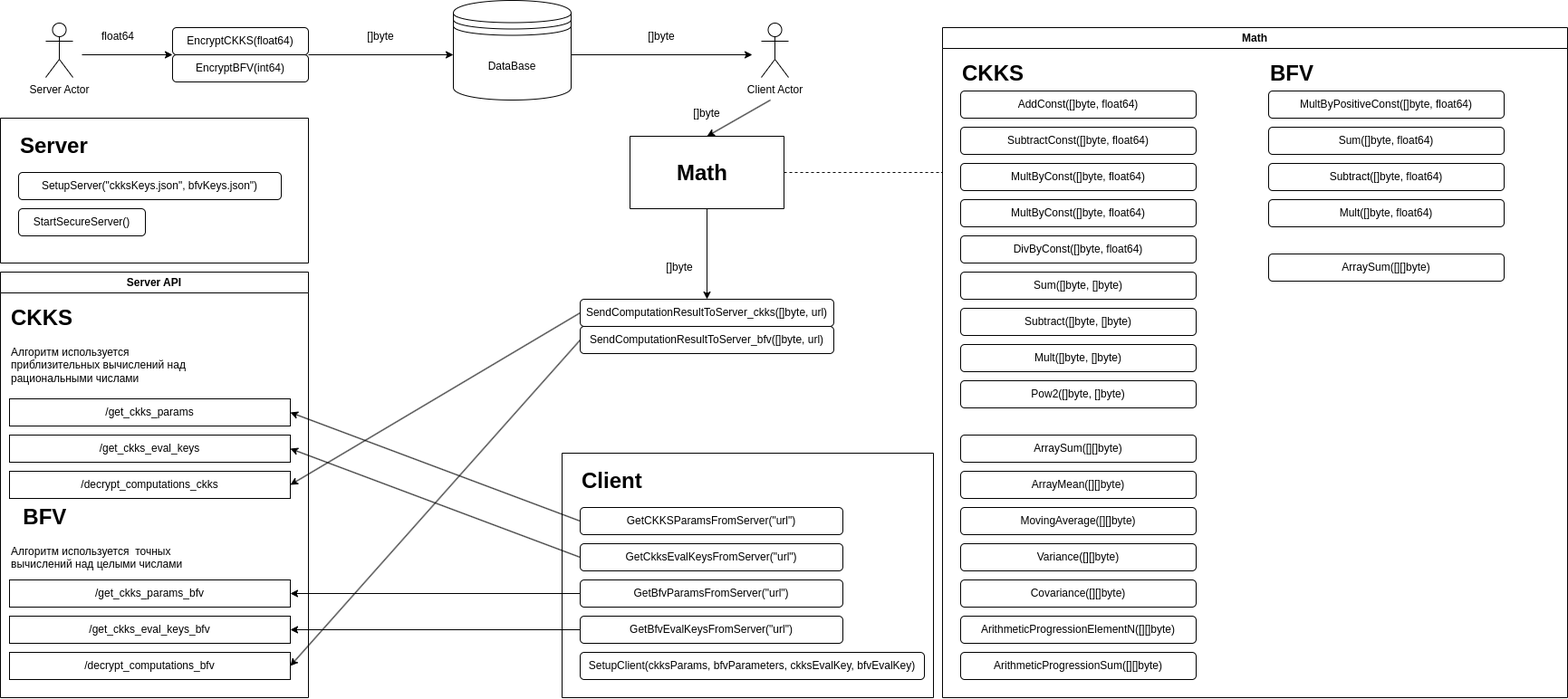
This is scheme.png from SamBridgess/homomorphicEncryption, a draw.io export, as it was before one commit. Source tidied: cells renumbered, new cells last; positions are measured from the earlier drawing's top-left corner, leaving out a move shared by most shapes. Source of this version:
```xml
<mxGraphModel>
  <root>
    <mxCell id="0" />
    <mxCell id="1" parent="0" />
    <mxCell id="2" value="Server Actor" style="shape=umlActor;verticalLabelPosition=bottom;verticalAlign=top;html=1;" parent="1" vertex="1">
      <mxGeometry x="50" y="25" width="30" height="60" as="geometry" />
    </mxCell>
    <mxCell id="3" value="Client Actor" style="shape=umlActor;verticalLabelPosition=bottom;verticalAlign=top;html=1;" parent="1" vertex="1">
      <mxGeometry x="840" y="25" width="30" height="60" as="geometry" />
    </mxCell>
    <mxCell id="4" value="DataBase" style="shape=datastore;whiteSpace=wrap;html=1;" parent="1" vertex="1">
      <mxGeometry x="500" width="130" height="110" as="geometry" />
    </mxCell>
    <mxCell id="5" value="EncryptCKKS(float64)" style="rounded=1;whiteSpace=wrap;html=1;" parent="1" vertex="1">
      <mxGeometry x="190" y="30" width="150" height="30" as="geometry" />
    </mxCell>
    <mxCell id="6" value="float64" style="text;html=1;align=center;verticalAlign=middle;whiteSpace=wrap;rounded=0;" parent="1" vertex="1">
      <mxGeometry x="100" y="25" width="60" height="30" as="geometry" />
    </mxCell>
    <mxCell id="7" style="endArrow=classic;html=1;rounded=0;exitX=1;exitY=0.5;exitDx=0;exitDy=0;" parent="1" edge="1">
      <mxGeometry relative="1" as="geometry">
        <mxPoint x="340" y="60" as="sourcePoint" />
        <mxPoint x="500" y="60" as="targetPoint" />
      </mxGeometry>
    </mxCell>
    <mxCell id="8" value="[]byte" style="text;html=1;align=center;verticalAlign=middle;whiteSpace=wrap;rounded=0;" parent="1" vertex="1">
      <mxGeometry x="390" y="25" width="60" height="30" as="geometry" />
    </mxCell>
    <mxCell id="9" value="Server API" style="swimlane;whiteSpace=wrap;html=1;startSize=23;" parent="1" vertex="1">
      <mxGeometry y="300" width="340" height="470" as="geometry" />
    </mxCell>
    <mxCell id="10" value="/get_ckks_params" style="rounded=0;whiteSpace=wrap;html=1;" parent="9" vertex="1">
      <mxGeometry x="10" y="140" width="310" height="30" as="geometry" />
    </mxCell>
    <mxCell id="11" value="/get_ckks_eval_keys" style="rounded=0;whiteSpace=wrap;html=1;" parent="9" vertex="1">
      <mxGeometry x="10" y="180" width="310" height="30" as="geometry" />
    </mxCell>
    <mxCell id="12" value="/decrypt_computations_ckks" style="rounded=0;whiteSpace=wrap;html=1;" parent="9" vertex="1">
      <mxGeometry x="10" y="220" width="310" height="30" as="geometry" />
    </mxCell>
    <mxCell id="13" value="/get_ckks_eval_keys_bfv" style="rounded=0;whiteSpace=wrap;html=1;" parent="9" vertex="1">
      <mxGeometry x="10" y="380" width="310" height="30" as="geometry" />
    </mxCell>
    <mxCell id="14" value="&lt;h1 style=&quot;margin-top: 0px;&quot;&gt;CKKS&lt;/h1&gt;&lt;p&gt;Алгоритм используется приблизительных вычислений над рациональными числами&lt;/p&gt;" style="text;html=1;whiteSpace=wrap;overflow=hidden;rounded=0;" parent="9" vertex="1">
      <mxGeometry x="10" y="30" width="210" height="100" as="geometry" />
    </mxCell>
    <mxCell id="15" value="&lt;h1 style=&quot;margin-top: 0px;&quot;&gt;&amp;nbsp; BFV&lt;/h1&gt;&lt;p&gt;Алгоритм используется&amp;nbsp; точных вычислений над целыми числами&lt;/p&gt;" style="text;html=1;whiteSpace=wrap;overflow=hidden;rounded=0;" parent="9" vertex="1">
      <mxGeometry x="10" y="250" width="210" height="100" as="geometry" />
    </mxCell>
    <mxCell id="16" value="/decrypt_computations_bfv" style="rounded=0;whiteSpace=wrap;html=1;" parent="9" vertex="1">
      <mxGeometry x="10" y="420" width="310" height="30" as="geometry" />
    </mxCell>
    <mxCell id="17" value="/get_ckks_params_bfv" style="rounded=0;whiteSpace=wrap;html=1;" parent="9" vertex="1">
      <mxGeometry x="10" y="340" width="310" height="30" as="geometry" />
    </mxCell>
    <mxCell id="18" value="EncryptBFV(int64)" style="rounded=1;whiteSpace=wrap;html=1;" parent="1" vertex="1">
      <mxGeometry x="190" y="60" width="150" height="30" as="geometry" />
    </mxCell>
    <mxCell id="19" value="Math" style="swimlane;whiteSpace=wrap;html=1;" parent="1" vertex="1">
      <mxGeometry x="1040" y="30" width="690" height="740" as="geometry" />
    </mxCell>
    <mxCell id="20" value="&lt;h1 style=&quot;margin-top: 0px;&quot;&gt;CKKS&lt;/h1&gt;" style="text;html=1;whiteSpace=wrap;overflow=hidden;rounded=0;" parent="19" vertex="1">
      <mxGeometry x="20" y="30" width="210" height="40" as="geometry" />
    </mxCell>
    <mxCell id="21" value="AddConst([]byte, float64)" style="rounded=1;whiteSpace=wrap;html=1;" parent="19" vertex="1">
      <mxGeometry x="20" y="70" width="260" height="30" as="geometry" />
    </mxCell>
    <mxCell id="22" value="SubtractConst([]byte, float64)" style="rounded=1;whiteSpace=wrap;html=1;" parent="19" vertex="1">
      <mxGeometry x="20" y="110" width="260" height="30" as="geometry" />
    </mxCell>
    <mxCell id="23" value="MultByConst([]byte, float64)" style="rounded=1;whiteSpace=wrap;html=1;" parent="19" vertex="1">
      <mxGeometry x="20" y="150" width="260" height="30" as="geometry" />
    </mxCell>
    <mxCell id="24" value="MultByConst([]byte, float64)" style="rounded=1;whiteSpace=wrap;html=1;" parent="19" vertex="1">
      <mxGeometry x="20" y="190" width="260" height="30" as="geometry" />
    </mxCell>
    <mxCell id="25" value="Sum([]byte, []byte)" style="rounded=1;whiteSpace=wrap;html=1;" parent="19" vertex="1">
      <mxGeometry x="20" y="270" width="260" height="30" as="geometry" />
    </mxCell>
    <mxCell id="26" value="Subtract([]byte, []byte)" style="rounded=1;whiteSpace=wrap;html=1;" parent="19" vertex="1">
      <mxGeometry x="20" y="310" width="260" height="30" as="geometry" />
    </mxCell>
    <mxCell id="27" value="Mult([]byte, []byte)" style="rounded=1;whiteSpace=wrap;html=1;" parent="19" vertex="1">
      <mxGeometry x="20" y="350" width="260" height="30" as="geometry" />
    </mxCell>
    <mxCell id="28" value="DivByConst([]byte, float64)" style="rounded=1;whiteSpace=wrap;html=1;" parent="19" vertex="1">
      <mxGeometry x="20" y="230" width="260" height="30" as="geometry" />
    </mxCell>
    <mxCell id="29" value="Pow2([]byte, []byte)" style="rounded=1;whiteSpace=wrap;html=1;" parent="19" vertex="1">
      <mxGeometry x="20" y="390" width="260" height="30" as="geometry" />
    </mxCell>
    <mxCell id="30" value="ArraySum([][]byte)" style="rounded=1;whiteSpace=wrap;html=1;" parent="19" vertex="1">
      <mxGeometry x="20" y="450" width="260" height="30" as="geometry" />
    </mxCell>
    <mxCell id="31" value="ArrayMean([][]byte)" style="rounded=1;whiteSpace=wrap;html=1;" parent="19" vertex="1">
      <mxGeometry x="20" y="490" width="260" height="30" as="geometry" />
    </mxCell>
    <mxCell id="32" value="MovingAverage([][]byte)" style="rounded=1;whiteSpace=wrap;html=1;" parent="19" vertex="1">
      <mxGeometry x="20" y="530" width="260" height="30" as="geometry" />
    </mxCell>
    <mxCell id="33" value="Variance([][]byte)" style="rounded=1;whiteSpace=wrap;html=1;" parent="19" vertex="1">
      <mxGeometry x="20" y="570" width="260" height="30" as="geometry" />
    </mxCell>
    <mxCell id="34" value="ArithmeticProgressionElementN([][]byte)" style="rounded=1;whiteSpace=wrap;html=1;" parent="19" vertex="1">
      <mxGeometry x="20" y="650" width="260" height="30" as="geometry" />
    </mxCell>
    <mxCell id="35" value="ArithmeticProgressionSum([][]byte)" style="rounded=1;whiteSpace=wrap;html=1;" parent="19" vertex="1">
      <mxGeometry x="20" y="690" width="260" height="30" as="geometry" />
    </mxCell>
    <mxCell id="36" value="Covariance([][]byte)" style="rounded=1;whiteSpace=wrap;html=1;" parent="19" vertex="1">
      <mxGeometry x="20" y="610" width="260" height="30" as="geometry" />
    </mxCell>
    <mxCell id="37" value="&lt;h1 style=&quot;margin-top: 0px;&quot;&gt;BFV&lt;/h1&gt;" style="text;html=1;whiteSpace=wrap;overflow=hidden;rounded=0;" parent="19" vertex="1">
      <mxGeometry x="360" y="30" width="210" height="40" as="geometry" />
    </mxCell>
    <mxCell id="38" value="Sum([]byte, float64)" style="rounded=1;whiteSpace=wrap;html=1;" parent="19" vertex="1">
      <mxGeometry x="360" y="110" width="260" height="30" as="geometry" />
    </mxCell>
    <mxCell id="39" value="Subtract([]byte, float64)" style="rounded=1;whiteSpace=wrap;html=1;" parent="19" vertex="1">
      <mxGeometry x="360" y="150" width="260" height="30" as="geometry" />
    </mxCell>
    <mxCell id="40" value="Mult([]byte, float64)" style="rounded=1;whiteSpace=wrap;html=1;" parent="19" vertex="1">
      <mxGeometry x="360" y="190" width="260" height="30" as="geometry" />
    </mxCell>
    <mxCell id="41" value="MultByPositiveConst([]byte, float64)" style="rounded=1;whiteSpace=wrap;html=1;" parent="19" vertex="1">
      <mxGeometry x="360" y="70" width="260" height="30" as="geometry" />
    </mxCell>
    <mxCell id="42" value="ArraySum([][]byte)" style="rounded=1;whiteSpace=wrap;html=1;" parent="19" vertex="1">
      <mxGeometry x="360" y="250" width="260" height="30" as="geometry" />
    </mxCell>
    <mxCell id="43" style="endArrow=classic;html=1;rounded=0;" parent="1" edge="1">
      <mxGeometry relative="1" as="geometry">
        <mxPoint x="630" y="60" as="sourcePoint" />
        <mxPoint x="830" y="60" as="targetPoint" />
      </mxGeometry>
    </mxCell>
    <mxCell id="44" value="[]byte" style="text;html=1;align=center;verticalAlign=middle;whiteSpace=wrap;rounded=0;" parent="1" vertex="1">
      <mxGeometry x="700" y="25" width="60" height="30" as="geometry" />
    </mxCell>
    <mxCell id="45" style="swimlane;startSize=0;" parent="1" vertex="1">
      <mxGeometry y="130" width="340" height="160" as="geometry" />
    </mxCell>
    <mxCell id="46" value="SetupServer(&quot;ckksKeys.json&quot;, bfvKeys.json&quot;)" style="rounded=1;whiteSpace=wrap;html=1;" parent="45" vertex="1">
      <mxGeometry x="20" y="60" width="290" height="30" as="geometry" />
    </mxCell>
    <mxCell id="47" value="&lt;h1 style=&quot;margin-top: 0px;&quot;&gt;&lt;span style=&quot;background-color: transparent; color: light-dark(rgb(0, 0, 0), rgb(255, 255, 255));&quot;&gt;Server&lt;br&gt;&lt;/span&gt;&lt;br&gt;&lt;/h1&gt;" style="text;html=1;whiteSpace=wrap;overflow=hidden;rounded=0;" parent="45" vertex="1">
      <mxGeometry x="20" y="10" width="90" height="40" as="geometry" />
    </mxCell>
    <mxCell id="48" value="StartSecureServer()" style="rounded=1;whiteSpace=wrap;html=1;" parent="45" vertex="1">
      <mxGeometry x="20" y="100" width="140" height="30" as="geometry" />
    </mxCell>
    <mxCell id="49" style="swimlane;startSize=0;" parent="1" vertex="1">
      <mxGeometry x="620" y="500" width="410" height="270" as="geometry" />
    </mxCell>
    <mxCell id="50" value="GetCKKSParamsFromServer(&quot;url&quot;)" style="rounded=1;whiteSpace=wrap;html=1;" parent="49" vertex="1">
      <mxGeometry x="20" y="60" width="290" height="30" as="geometry" />
    </mxCell>
    <mxCell id="51" value="&lt;h1 style=&quot;margin-top: 0px;&quot;&gt;&lt;span style=&quot;background-color: transparent; color: light-dark(rgb(0, 0, 0), rgb(255, 255, 255));&quot;&gt;Client&lt;br&gt;&lt;/span&gt;&lt;br&gt;&lt;/h1&gt;" style="text;html=1;whiteSpace=wrap;overflow=hidden;rounded=0;" parent="49" vertex="1">
      <mxGeometry x="20" y="10" width="90" height="40" as="geometry" />
    </mxCell>
    <mxCell id="52" value="GetCkksEvalKeysFromServer(&quot;url&quot;)" style="rounded=1;whiteSpace=wrap;html=1;" parent="49" vertex="1">
      <mxGeometry x="20" y="100" width="290" height="30" as="geometry" />
    </mxCell>
    <mxCell id="53" value="GetBfvEvalKeysFromServer(&quot;url&quot;)" style="rounded=1;whiteSpace=wrap;html=1;" parent="49" vertex="1">
      <mxGeometry x="20" y="180" width="290" height="30" as="geometry" />
    </mxCell>
    <mxCell id="54" value="SetupClient(ckksParams, bfvParameters, ckksEvalKey, bfvEvalKey)" style="rounded=1;whiteSpace=wrap;html=1;" parent="49" vertex="1">
      <mxGeometry x="20" y="220" width="380" height="30" as="geometry" />
    </mxCell>
    <mxCell id="55" value="GetBfvParamsFromServer(&quot;url&quot;)" style="rounded=1;whiteSpace=wrap;html=1;" parent="49" vertex="1">
      <mxGeometry x="20" y="140" width="290" height="30" as="geometry" />
    </mxCell>
    <mxCell id="56" style="endArrow=classic;html=1;rounded=0;entryX=0;entryY=0;entryDx=0;entryDy=0;" parent="1" edge="1" target="18">
      <mxGeometry relative="1" as="geometry">
        <mxPoint x="90" y="60" as="sourcePoint" />
      </mxGeometry>
    </mxCell>
    <mxCell id="57" style="endArrow=classic;html=1;rounded=0;exitX=0;exitY=0.5;exitDx=0;exitDy=0;entryX=1;entryY=0.5;entryDx=0;entryDy=0;" parent="1" edge="1" source="50" target="10">
      <mxGeometry relative="1" as="geometry" />
    </mxCell>
    <mxCell id="58" style="endArrow=classic;html=1;rounded=0;entryX=1;entryY=0.5;entryDx=0;entryDy=0;exitX=0;exitY=0.5;exitDx=0;exitDy=0;" parent="1" edge="1" source="52" target="11">
      <mxGeometry relative="1" as="geometry" />
    </mxCell>
    <mxCell id="59" style="endArrow=classic;html=1;rounded=0;exitX=0;exitY=0.5;exitDx=0;exitDy=0;entryX=1;entryY=0.5;entryDx=0;entryDy=0;" parent="1" edge="1" source="55" target="17">
      <mxGeometry relative="1" as="geometry" />
    </mxCell>
    <mxCell id="60" style="endArrow=classic;html=1;rounded=0;entryX=1;entryY=0.5;entryDx=0;entryDy=0;exitX=0;exitY=0.5;exitDx=0;exitDy=0;" parent="1" edge="1" source="53" target="13">
      <mxGeometry relative="1" as="geometry" />
    </mxCell>
    <mxCell id="61" style="swimlane;startSize=0;" parent="1" vertex="1">
      <mxGeometry x="695" y="150" width="170" height="80" as="geometry" />
    </mxCell>
    <mxCell id="62" value="&lt;h1 style=&quot;margin-top: 0px;&quot;&gt;Math&lt;/h1&gt;" style="text;html=1;whiteSpace=wrap;overflow=hidden;rounded=0;" parent="61" vertex="1">
      <mxGeometry x="50" y="20" width="90" height="40" as="geometry" />
    </mxCell>
    <mxCell id="63" value="SendComputationResultToServer_ckks([]byte, url)" style="rounded=1;whiteSpace=wrap;html=1;" parent="1" vertex="1">
      <mxGeometry x="640" y="330" width="280" height="30" as="geometry" />
    </mxCell>
    <mxCell id="64" value="SendComputationResultToServer_bfv([]byte, url)" style="rounded=1;whiteSpace=wrap;html=1;" parent="1" vertex="1">
      <mxGeometry x="640" y="360" width="280" height="30" as="geometry" />
    </mxCell>
    <mxCell id="65" style="endArrow=classic;html=1;rounded=0;exitX=0;exitY=0.5;exitDx=0;exitDy=0;entryX=1;entryY=0.5;entryDx=0;entryDy=0;" parent="1" edge="1" source="63" target="12">
      <mxGeometry relative="1" as="geometry" />
    </mxCell>
    <mxCell id="66" style="endArrow=classic;html=1;rounded=0;exitX=0;exitY=0.5;exitDx=0;exitDy=0;entryX=1;entryY=0.5;entryDx=0;entryDy=0;" parent="1" edge="1" source="64" target="16">
      <mxGeometry relative="1" as="geometry" />
    </mxCell>
    <mxCell id="67" style="endArrow=classic;html=1;rounded=0;exitX=0.5;exitY=1;exitDx=0;exitDy=0;entryX=0.5;entryY=0;entryDx=0;entryDy=0;" parent="1" edge="1" source="61" target="63">
      <mxGeometry relative="1" as="geometry" />
    </mxCell>
    <mxCell id="68" style="endArrow=classic;html=1;rounded=0;entryX=0.5;entryY=0;entryDx=0;entryDy=0;" parent="1" edge="1" target="61">
      <mxGeometry relative="1" as="geometry">
        <mxPoint x="850" y="110" as="sourcePoint" />
      </mxGeometry>
    </mxCell>
    <mxCell id="69" value="[]byte" style="text;html=1;align=center;verticalAlign=middle;whiteSpace=wrap;rounded=0;" parent="1" vertex="1">
      <mxGeometry x="750" y="110" width="60" height="30" as="geometry" />
    </mxCell>
    <mxCell id="70" value="[]byte" style="text;html=1;align=center;verticalAlign=middle;whiteSpace=wrap;rounded=0;" parent="1" vertex="1">
      <mxGeometry x="720" y="280" width="60" height="30" as="geometry" />
    </mxCell>
    <mxCell id="71" style="endArrow=none;dashed=1;html=1;rounded=0;exitX=1;exitY=0.5;exitDx=0;exitDy=0;" parent="1" edge="1" source="61">
      <mxGeometry relative="1" as="geometry">
        <mxPoint x="1040" y="190" as="targetPoint" />
      </mxGeometry>
    </mxCell>
  </root>
</mxGraphModel>
```
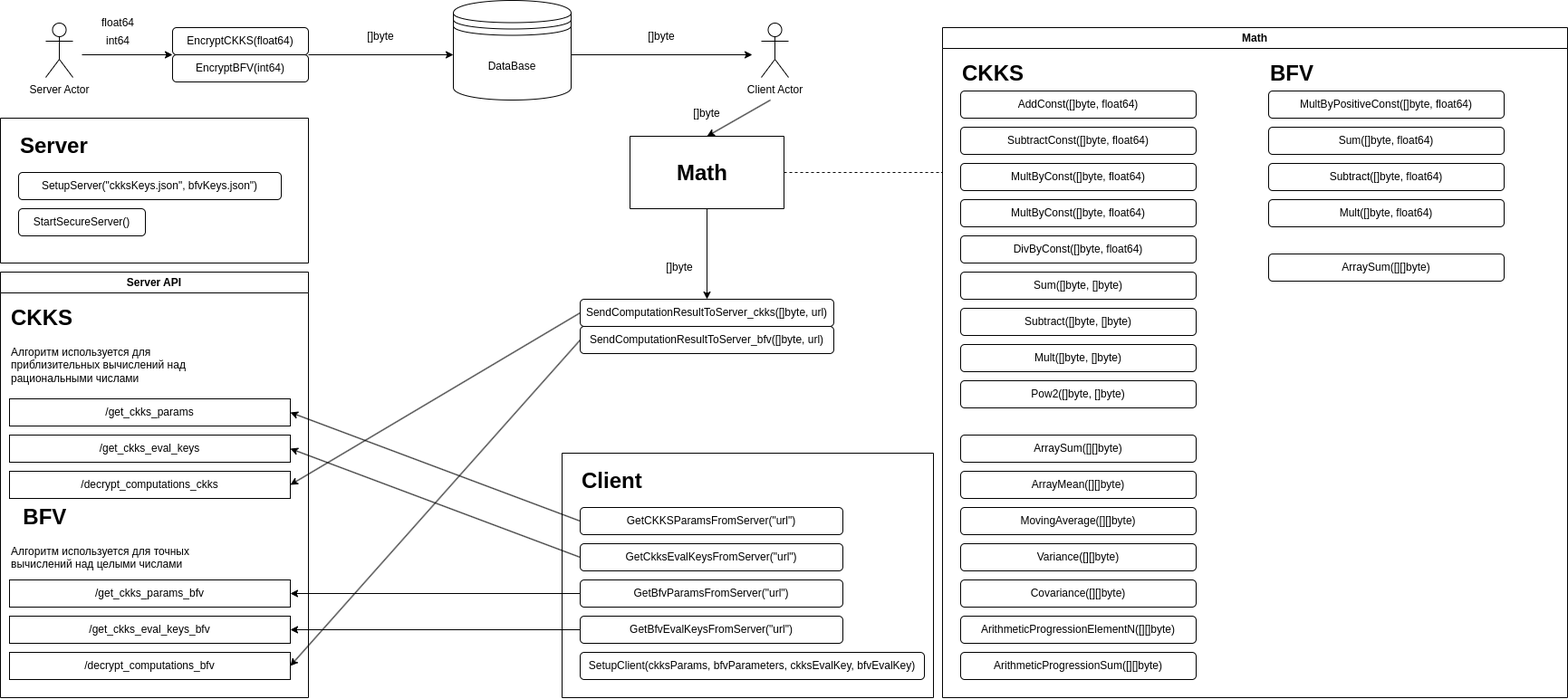
After the change.

Change to the diagram source:
```diff
@@ -15,7 +15,7 @@
       <mxGeometry x="190" y="30" width="150" height="30" as="geometry" />
     </mxCell>
     <mxCell id="6" value="float64" style="text;html=1;align=center;verticalAlign=middle;whiteSpace=wrap;rounded=0;" parent="1" vertex="1">
-      <mxGeometry x="100" y="25" width="60" height="30" as="geometry" />
+      <mxGeometry x="100" y="10" width="60" height="30" as="geometry" />
     </mxCell>
     <mxCell id="7" style="endArrow=classic;html=1;rounded=0;exitX=1;exitY=0.5;exitDx=0;exitDy=0;" parent="1" edge="1">
       <mxGeometry relative="1" as="geometry">
@@ -41,10 +41,10 @@
     <mxCell id="13" value="/get_ckks_eval_keys_bfv" style="rounded=0;whiteSpace=wrap;html=1;" parent="9" vertex="1">
       <mxGeometry x="10" y="380" width="310" height="30" as="geometry" />
     </mxCell>
-    <mxCell id="14" value="&lt;h1 style=&quot;margin-top: 0px;&quot;&gt;CKKS&lt;/h1&gt;&lt;p&gt;Алгоритм используется приблизительных вычислений над рациональными числами&lt;/p&gt;" style="text;html=1;whiteSpace=wrap;overflow=hidden;rounded=0;" parent="9" vertex="1">
+    <mxCell id="14" value="&lt;h1 style=&quot;margin-top: 0px;&quot;&gt;CKKS&lt;/h1&gt;&lt;p&gt;Алгоритм используется для приблизительных вычислений над рациональными числами&lt;/p&gt;" style="text;html=1;whiteSpace=wrap;overflow=hidden;rounded=0;" parent="9" vertex="1">
       <mxGeometry x="10" y="30" width="210" height="100" as="geometry" />
     </mxCell>
-    <mxCell id="15" value="&lt;h1 style=&quot;margin-top: 0px;&quot;&gt;&amp;nbsp; BFV&lt;/h1&gt;&lt;p&gt;Алгоритм используется&amp;nbsp; точных вычислений над целыми числами&lt;/p&gt;" style="text;html=1;whiteSpace=wrap;overflow=hidden;rounded=0;" parent="9" vertex="1">
+    <mxCell id="15" value="&lt;h1 style=&quot;margin-top: 0px;&quot;&gt;&amp;nbsp; BFV&lt;/h1&gt;&lt;p&gt;Алгоритм используется для точных вычислений над целыми числами&lt;/p&gt;" style="text;html=1;whiteSpace=wrap;overflow=hidden;rounded=0;" parent="9" vertex="1">
       <mxGeometry x="10" y="250" width="210" height="100" as="geometry" />
     </mxCell>
     <mxCell id="16" value="/decrypt_computations_bfv" style="rounded=0;whiteSpace=wrap;html=1;" parent="9" vertex="1">
@@ -224,5 +224,8 @@
         <mxPoint x="1040" y="190" as="targetPoint" />
       </mxGeometry>
     </mxCell>
+    <mxCell id="72" value="int64" style="text;html=1;align=center;verticalAlign=middle;whiteSpace=wrap;rounded=0;" parent="1" vertex="1">
+      <mxGeometry x="100" y="30" width="60" height="30" as="geometry" />
+    </mxCell>
   </root>
 </mxGraphModel>
```
